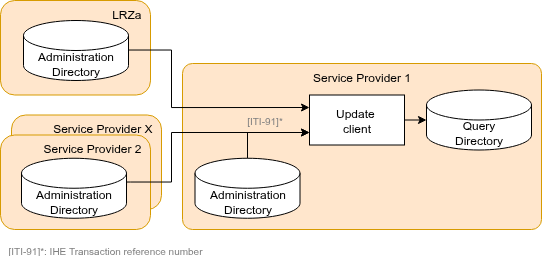
This is input/images/careservices-overview-transactions.png from minvws/generiekefuncties-docs, a draw.io export, as it was before one commit. Source tidied: cells renumbered, new cells last; positions are measured from the earlier drawing's top-left corner, leaving out a move shared by most shapes.
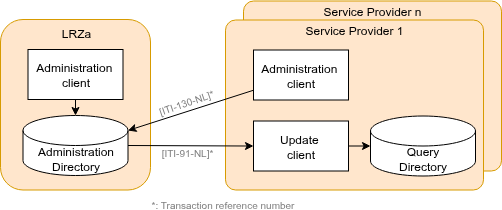
The same file after the commit.

Commit message:
overview schema

What changed in the source:
```diff
@@ -2,63 +2,55 @@
   <root>
     <mxCell id="0" />
     <mxCell id="1" parent="0" />
+    <mxCell id="17" value="Service Provider n" style="rounded=1;whiteSpace=wrap;html=1;verticalAlign=top;align=center;fillColor=#ffe6cc;strokeColor=#d79b00;horizontal=1;arcSize=6;spacingTop=-4;" parent="1" vertex="1">
+      <mxGeometry x="243" y="-28.5" width="258" height="170" as="geometry" />
+    </mxCell>
-    <mxCell id="2" value="Service Provider 1" style="rounded=1;whiteSpace=wrap;html=1;verticalAlign=top;align=center;fillColor=#ffe6cc;strokeColor=#d79b00;horizontal=1;arcSize=6;" parent="1" vertex="1">
-      <mxGeometry x="182" y="63" width="359" height="166" as="geometry" />
+    <mxCell id="2" value="Service Provider 1" style="rounded=1;whiteSpace=wrap;html=1;verticalAlign=top;align=center;fillColor=#ffe6cc;strokeColor=#d79b00;horizontal=1;arcSize=6;spacingTop=-4;" parent="1" vertex="1">
+      <mxGeometry x="225" y="-9.5" width="258" height="170" as="geometry" />
     </mxCell>
-    <mxCell id="3" value="LRZa" style="rounded=1;whiteSpace=wrap;html=1;verticalAlign=top;align=right;fillColor=#ffe6cc;strokeColor=#d79b00;spacingLeft=9;horizontal=1;spacingRight=7;" parent="1" vertex="1">
-      <mxGeometry width="150" height="94.5" as="geometry" />
+    <mxCell id="3" value="LRZa" style="rounded=1;whiteSpace=wrap;html=1;verticalAlign=top;align=center;fillColor=#ffe6cc;strokeColor=#d79b00;spacingLeft=9;horizontal=1;spacingRight=7;" parent="1" vertex="1">
+      <mxGeometry y="-10" width="150" height="170.5" as="geometry" />
     </mxCell>
     <mxCell id="4" value="Administration&lt;div&gt;Directory&lt;/div&gt;" style="shape=cylinder3;whiteSpace=wrap;html=1;boundedLbl=1;backgroundOutline=1;size=15;" parent="1" vertex="1">
-      <mxGeometry x="23" y="20" width="105" height="60" as="geometry" />
+      <mxGeometry x="22.5" y="86" width="105" height="60" as="geometry" />
     </mxCell>
-    <mxCell id="5" value="Administration&lt;div&gt;Directory&lt;/div&gt;" style="shape=cylinder3;whiteSpace=wrap;html=1;boundedLbl=1;backgroundOutline=1;size=15;" parent="1" vertex="1">
-      <mxGeometry x="194.5" y="157.8" width="105" height="60" as="geometry" />
-    </mxCell>
     <mxCell id="6" value="Query&lt;div&gt;Directory&lt;/div&gt;" style="shape=cylinder3;whiteSpace=wrap;html=1;boundedLbl=1;backgroundOutline=1;size=15;" parent="1" vertex="1">
-      <mxGeometry x="426" y="89.5" width="105" height="60" as="geometry" />
+      <mxGeometry x="370" y="86.5" width="105" height="60" as="geometry" />
     </mxCell>
-    <mxCell id="7" style="edgeStyle=orthogonalEdgeStyle;rounded=0;jettySize=auto;html=1;exitX=0;exitY=0.75;exitDx=0;exitDy=0;startArrow=classic;startFill=1;endArrow=none;endFill=0;" parent="1" edge="1" source="9" target="5">
-      <mxGeometry relative="1" as="geometry" />
-    </mxCell>
     <mxCell id="8" style="edgeStyle=orthogonalEdgeStyle;rounded=0;jettySize=auto;html=1;jumpStyle=arc;exitX=1;exitY=0.5;exitDx=0;exitDy=0;entryX=0;entryY=0.5;entryDx=0;entryDy=0;entryPerimeter=0;" parent="1" edge="1" source="9" target="6">
       <mxGeometry relative="1" as="geometry" />
     </mxCell>
     <mxCell id="9" value="Update&amp;nbsp;&lt;div&gt;client&lt;/div&gt;" style="rounded=0;whiteSpace=wrap;html=1;" parent="1" vertex="1">
-      <mxGeometry x="309" y="94.5" width="95" height="50" as="geometry" />
+      <mxGeometry x="253" y="91.5" width="95" height="50" as="geometry" />
     </mxCell>
-    <mxCell id="10" style="edgeStyle=orthogonalEdgeStyle;rounded=0;jettySize=auto;html=1;exitX=0;exitY=0.25;exitDx=0;exitDy=0;jumpStyle=arc;startArrow=classic;startFill=1;endArrow=none;endFill=0;entryX=1;entryY=0.5;entryDx=0;entryDy=0;entryPerimeter=0;" parent="1" edge="1" source="9" target="4">
+    <mxCell id="10" style="edgeStyle=orthogonalEdgeStyle;rounded=0;jettySize=auto;html=1;exitX=0;exitY=0.5;exitDx=0;exitDy=0;jumpStyle=arc;startArrow=classic;startFill=1;endArrow=none;endFill=0;entryX=1;entryY=0.5;entryDx=0;entryDy=0;entryPerimeter=0;" parent="1" edge="1" source="9" target="4">
       <mxGeometry relative="1" as="geometry">
         <Array as="points">
-          <mxPoint x="171" y="106.5" />
-          <mxPoint x="171" y="49.5" />
-          <mxPoint x="128" y="49.5" />
+          <mxPoint x="145" y="116" />
+          <mxPoint x="145" y="116" />
         </Array>
       </mxGeometry>
     </mxCell>
-    <mxCell id="11" value="[ITI-91]*: IHE Transaction reference number" style="text;html=1;align=center;verticalAlign=middle;whiteSpace=wrap;rounded=0;fontSize=10;fontColor=#808080;" parent="1" vertex="1">
-      <mxGeometry x="4.5" y="244.5" width="200" height="10" as="geometry" />
+    <mxCell id="11" value="*: Transaction reference number" style="text;html=1;align=center;verticalAlign=middle;whiteSpace=wrap;rounded=0;fontSize=10;fontColor=#808080;" parent="1" vertex="1">
+      <mxGeometry x="150" y="170" width="145" height="10" as="geometry" />
     </mxCell>
-    <mxCell id="12" value="[ITI-91]*" style="text;html=1;align=center;verticalAlign=middle;whiteSpace=wrap;rounded=0;fontSize=10;fontColor=#808080;" parent="1" vertex="1">
-      <mxGeometry x="241" y="114.5" width="46.5" height="10" as="geometry" />
+    <mxCell id="12" value="[ITI-91-NL]*" style="text;html=1;align=center;verticalAlign=middle;whiteSpace=wrap;rounded=0;fontSize=10;fontColor=#808080;" parent="1" vertex="1">
+      <mxGeometry x="156" y="118" width="62.5" height="10" as="geometry" />
     </mxCell>
-    <mxCell id="13" value="&lt;span style=&quot;text-align: center;&quot;&gt;Service Provider X&lt;/span&gt;" style="rounded=1;whiteSpace=wrap;html=1;verticalAlign=top;align=right;fillColor=#ffe6cc;strokeColor=#d79b00;spacingLeft=9;horizontal=1;spacingRight=7;fontColor=#000000;" parent="1" vertex="1">
-      <mxGeometry x="11" y="114.5" width="150" height="94.5" as="geometry" />
-    </mxCell>
-    <mxCell id="14" value="&lt;span style=&quot;text-align: center;&quot;&gt;Service Provider 2&lt;/span&gt;" style="rounded=1;whiteSpace=wrap;html=1;verticalAlign=top;align=right;fillColor=#ffe6cc;strokeColor=#d79b00;spacingLeft=9;horizontal=1;spacingRight=7;fontColor=#000000;" parent="1" vertex="1">
-      <mxGeometry y="134.5" width="150" height="94.5" as="geometry" />
-    </mxCell>
-    <mxCell id="15" style="edgeStyle=orthogonalEdgeStyle;rounded=0;jettySize=auto;html=1;exitX=1;exitY=0.5;exitDx=0;exitDy=0;exitPerimeter=0;entryX=0;entryY=0.75;entryDx=0;entryDy=0;" parent="1" edge="1" source="16" target="9">
-      <mxGeometry relative="1" as="geometry">
-        <Array as="points">
-          <mxPoint x="130" y="181.5" />
-          <mxPoint x="171" y="181.5" />
-          <mxPoint x="171" y="131.5" />
-          <mxPoint x="269" y="131.5" />
-        </Array>
-      </mxGeometry>
-    </mxCell>
-    <mxCell id="16" value="Administration&lt;div&gt;Directory&lt;/div&gt;" style="shape=cylinder3;whiteSpace=wrap;html=1;boundedLbl=1;backgroundOutline=1;size=15;strokeColor=#000000;fontColor=#000000;" parent="1" vertex="1">
-      <mxGeometry x="21" y="157.8" width="105" height="60" as="geometry" />
-    </mxCell>
+    <mxCell id="18" value="Administration&amp;nbsp;&lt;div&gt;client&lt;/div&gt;" style="rounded=0;whiteSpace=wrap;html=1;" parent="1" vertex="1">
+      <mxGeometry x="253" y="20.5" width="95" height="50" as="geometry" />
+    </mxCell>
+    <mxCell id="19" value="Administration&amp;nbsp;&lt;div&gt;client&lt;/div&gt;" style="rounded=0;whiteSpace=wrap;html=1;" parent="1" vertex="1">
+      <mxGeometry x="27.5" y="20" width="95" height="50" as="geometry" />
+    </mxCell>
+    <mxCell id="20" style="rounded=0;jettySize=auto;html=1;entryX=1;entryY=0;entryDx=0;entryDy=15;entryPerimeter=0;" parent="1" edge="1" source="18" target="4">
+      <mxGeometry relative="1" as="geometry" />
+    </mxCell>
+    <mxCell id="21" value="[ITI-130-NL]*" style="text;html=1;align=center;verticalAlign=middle;whiteSpace=wrap;rounded=0;fontSize=10;fontColor=#808080;rotation=-19;" parent="1" vertex="1">
+      <mxGeometry x="155" y="68" width="62.5" height="10" as="geometry" />
+    </mxCell>
+    <mxCell id="22" style="edgeStyle=none;rounded=0;jettySize=auto;html=1;exitX=0.5;exitY=1;exitDx=0;exitDy=0;entryX=0.5;entryY=0;entryDx=0;entryDy=0;entryPerimeter=0;" parent="1" edge="1" source="19" target="4">
+      <mxGeometry relative="1" as="geometry" />
+    </mxCell>
   </root>
 </mxGraphModel>
```
